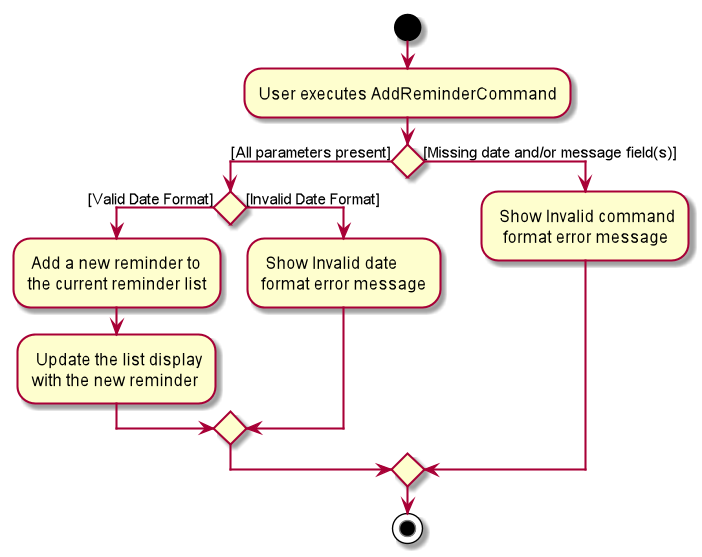
Earlier version of the PlantUML export docs/images/AddReminderActivityDiagram.png (nus-cs2103-AY1920S1/addressbook-level3).
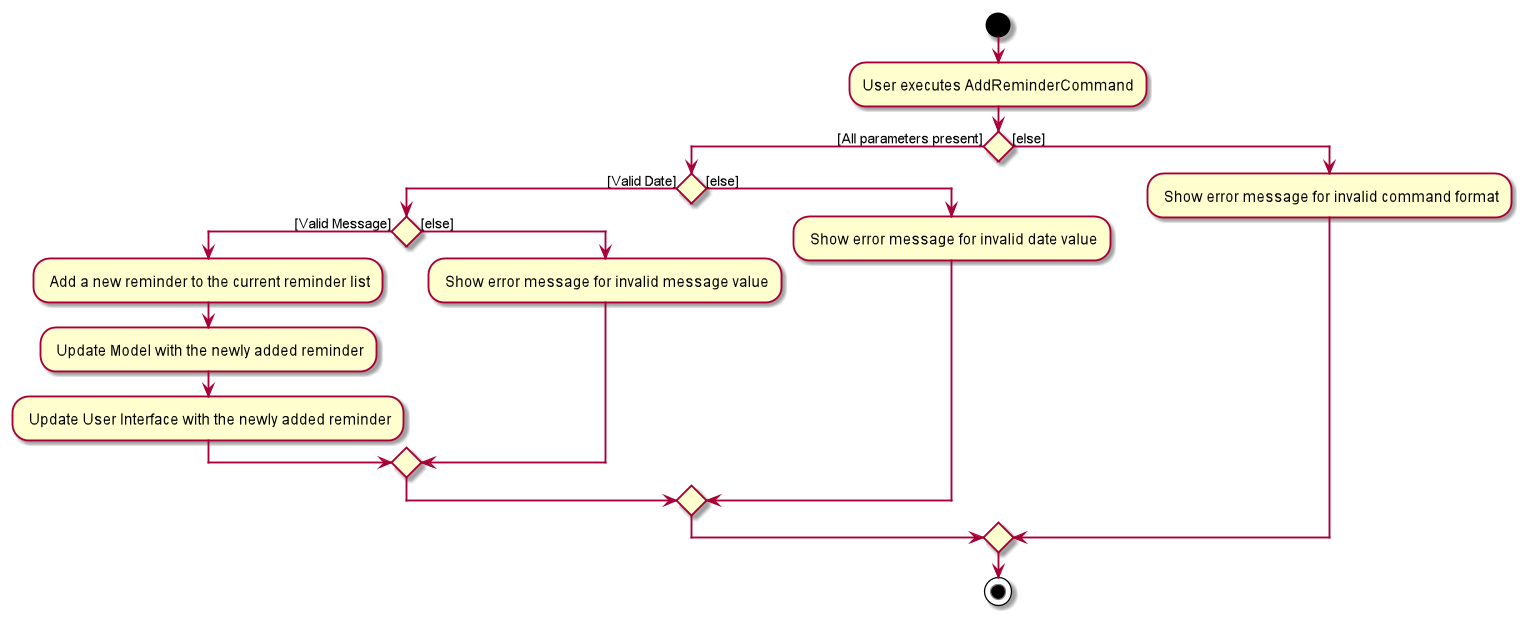
Later version of the same file.

Diff of the diagram source:
```diff
@@ -3,18 +3,19 @@
 :User executes AddReminderCommand;
 
 if() then ([All parameters present])
-    if() then ([Valid Date Format])
-        : Add a new reminder to
-        the current reminder list;
-        : Update the list display
-        with the new reminder;
-    else ([Invalid Date Format])
-        : Show Invalid date
-        format error message;
+    if() then ([Valid Date])
+        if() then ([Valid Message])
+            : Add a new reminder to the current reminder list;
+            : Update Model with the newly added reminder;
+            : Update User Interface with the newly added reminder;
+        else ([else])
+            : Show error message for invalid message value;
+        endif
+    else ([else])
+        : Show error message for invalid date value;
     endif
-else([Missing date and/or message field(s)])
-    : Show Invalid command
-      format error message;
+else([else])
+    : Show error message for invalid command format;
 endif
 stop
 @enduml
```
